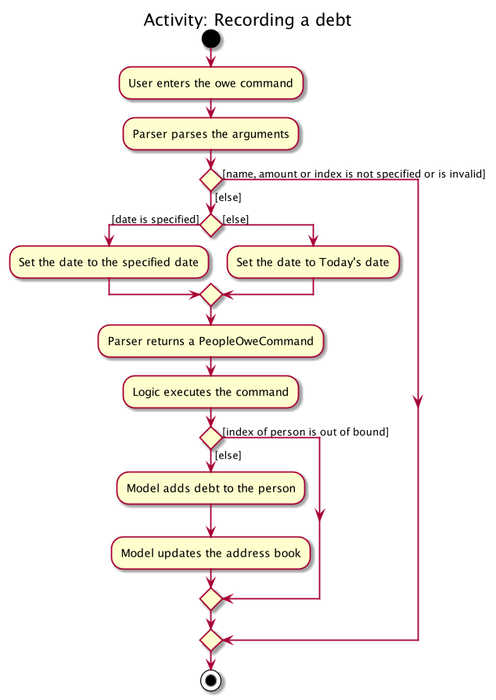
syinyichen/main keeps this PlantUML diagram as docs/images/OweActivityDiagram.png. Above is the earlier version.
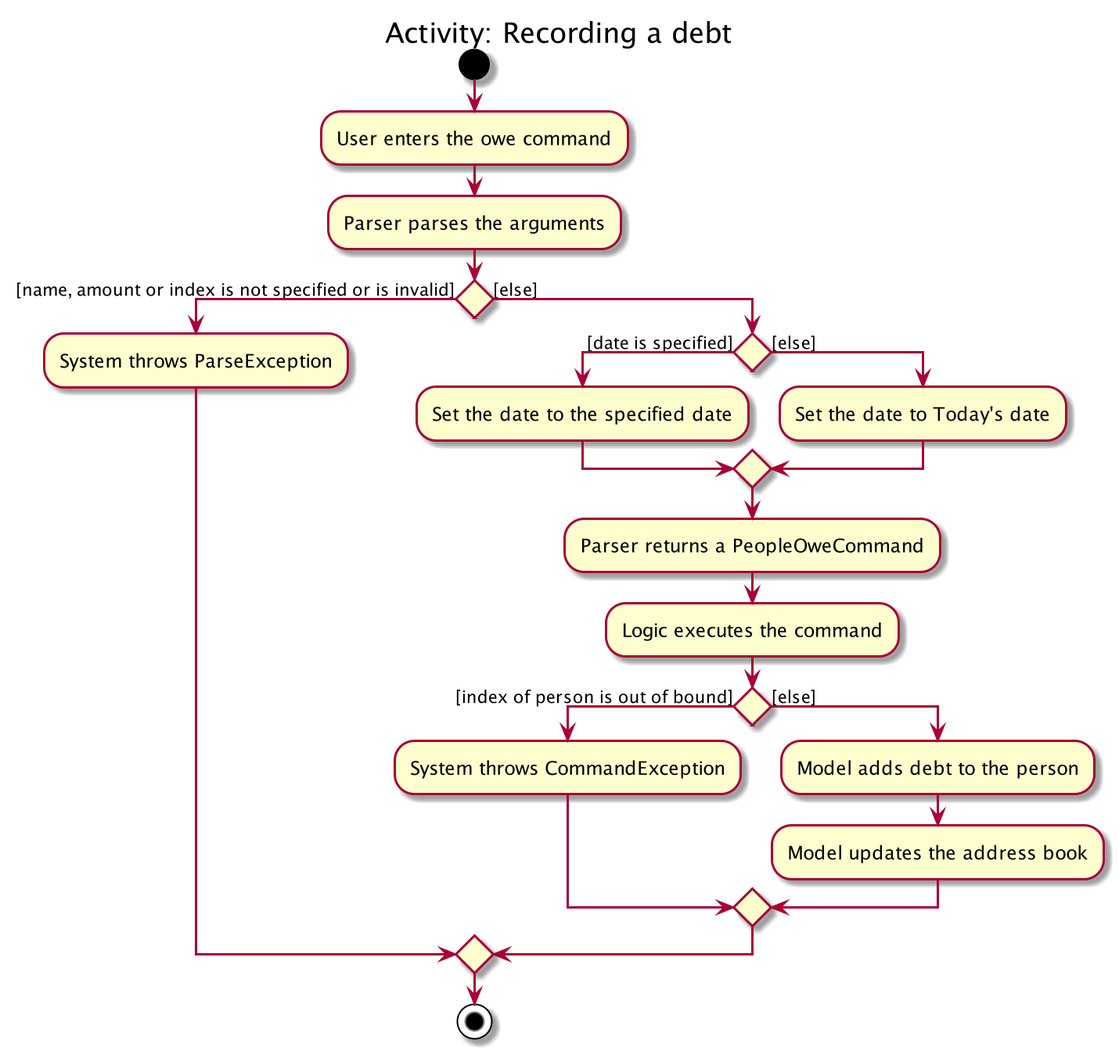
After the commit.

The edit, as a diff of the source:
```diff
@@ -5,6 +5,7 @@
 :Parser parses the arguments;
 
 if () then ([name, amount or index is not specified or is invalid])
+    :System throws ParseException;
 else ([else])
     if () then ([date is specified])
         :Set the date to the specified date;
@@ -14,6 +15,7 @@
     :Parser returns a PeopleOweCommand;
     :Logic executes the command;
     if () then ([index of person is out of bound])
+        :System throws CommandException;
     else ([else])
         :Model adds debt to the person;
         :Model updates the address book;
```
